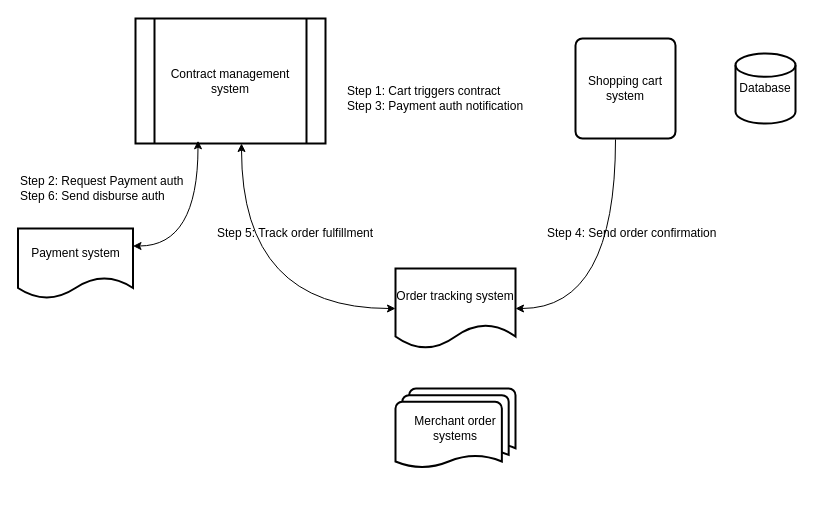
Before: Untitled Diagram.drawio in SivAlka/innovate, a draw.io diagram. Source tidied: cells renumbered, new cells numbered last; positions are measured from the earlier drawing's top-left corner, leaving out a move shared by most shapes. Both pictures are drawn from the tidied source at 100%, with x=0, y=0 at pixel (17, 18).
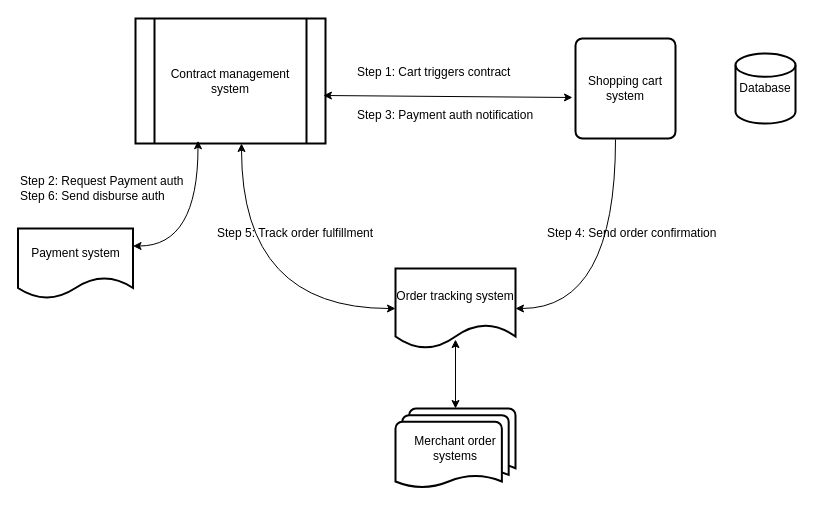
The same diagram, later.

The edit, as a diff of the source:
```diff
@@
 <mxGraphModel>
   <root>
     <mxCell id="0" />
     <mxCell id="1" parent="0" />
     <mxCell id="2" value="Contract management system" style="shape=process;whiteSpace=wrap;html=1;backgroundOutline=1;strokeWidth=2;" parent="1" vertex="1">
       <mxGeometry x="118" width="190" height="125" as="geometry" />
     </mxCell>
     <mxCell id="3" value="Payment system" style="shape=document;whiteSpace=wrap;html=1;boundedLbl=1;strokeWidth=2;" parent="1" vertex="1">
       <mxGeometry x="0.5" y="210" width="115" height="70" as="geometry" />
     </mxCell>
     <mxCell id="4" value="Database" style="strokeWidth=2;html=1;shape=mxgraph.flowchart.database;whiteSpace=wrap;" parent="1" vertex="1">
       <mxGeometry x="718" y="35" width="60" height="70" as="geometry" />
     </mxCell>
     <mxCell id="5" value="Shopping cart system" style="rounded=1;whiteSpace=wrap;html=1;absoluteArcSize=1;arcSize=14;strokeWidth=2;" parent="1" vertex="1">
       <mxGeometry x="558" y="20" width="100" height="100" as="geometry" />
     </mxCell>
-    <mxCell id="6" value="Step 1: Cart triggers contract&lt;br&gt;Step 3: Payment auth notification" style="text;html=1;align=left;verticalAlign=middle;strokeColor=none;fillColor=none;" parent="1" vertex="1">
-      <mxGeometry x="328" y="60" width="200" height="40" as="geometry" />
+    <mxCell id="6" value="Step 1: Cart triggers contract&lt;br&gt;&lt;br&gt;&lt;br&gt;Step 3: Payment auth notification" style="text;html=1;align=left;verticalAlign=middle;strokeColor=none;fillColor=none;" parent="1" vertex="1">
+      <mxGeometry x="338" y="40" width="200" height="70" as="geometry" />
     </mxCell>
     <mxCell id="7" value="Order tracking system" style="shape=document;whiteSpace=wrap;html=1;boundedLbl=1;strokeWidth=2;" parent="1" vertex="1">
       <mxGeometry x="378" y="250" width="120" height="80" as="geometry" />
     </mxCell>
     <mxCell id="8" value="Step 2: Request Payment auth&lt;br&gt;Step 6: Send disburse auth" style="text;html=1;align=left;verticalAlign=middle;strokeColor=none;fillColor=none;" parent="1" vertex="1">
       <mxGeometry x="0.5" y="150" width="190" height="40" as="geometry" />
     </mxCell>
     <mxCell id="9" style="endArrow=classic;startArrow=classic;html=1;rounded=0;entryX=0.329;entryY=0.978;entryDx=0;entryDy=0;edgeStyle=orthogonalEdgeStyle;elbow=vertical;entryPerimeter=0;curved=1;exitX=1;exitY=0.25;exitDx=0;exitDy=0;" parent="1" edge="1" source="3" target="2">
       <mxGeometry relative="1" as="geometry" />
     </mxCell>
     <mxCell id="10" value="Step 4: Send order confirmation" style="text;html=1;align=left;verticalAlign=middle;strokeColor=none;fillColor=none;rotation=0;" parent="1" vertex="1">
       <mxGeometry x="528" y="200" width="190" height="30" as="geometry" />
     </mxCell>
     <mxCell id="11" value="Step 5: Track order fulfillment" style="text;html=1;align=left;verticalAlign=middle;strokeColor=none;fillColor=none;" parent="1" vertex="1">
       <mxGeometry x="198" y="200" width="180" height="30" as="geometry" />
     </mxCell>
     <mxCell id="12" style="endArrow=classic;startArrow=classic;html=1;rounded=0;entryX=0.558;entryY=1;entryDx=0;entryDy=0;entryPerimeter=0;exitX=0;exitY=0.5;exitDx=0;exitDy=0;edgeStyle=orthogonalEdgeStyle;curved=1;" parent="1" edge="1" source="7" target="2">
       <mxGeometry relative="1" as="geometry" />
     </mxCell>
     <mxCell id="13" style="endArrow=classic;html=1;rounded=0;entryX=1;entryY=0.5;entryDx=0;entryDy=0;exitX=0.4;exitY=1.01;exitDx=0;exitDy=0;exitPerimeter=0;edgeStyle=orthogonalEdgeStyle;curved=1;" parent="1" edge="1" source="5" target="7">
       <mxGeometry relative="1" as="geometry" />
     </mxCell>
     <mxCell id="14" value="Merchant order systems" style="strokeWidth=2;html=1;shape=mxgraph.flowchart.multi-document;whiteSpace=wrap;" parent="1" vertex="1">
-      <mxGeometry x="378" y="370" width="120" height="80" as="geometry" />
+      <mxGeometry x="378" y="390" width="120" height="80" as="geometry" />
     </mxCell>
+    <mxCell id="15" style="endArrow=classic;startArrow=classic;html=1;rounded=0;exitX=0.989;exitY=0.616;exitDx=0;exitDy=0;exitPerimeter=0;entryX=-0.03;entryY=0.59;entryDx=0;entryDy=0;entryPerimeter=0;" parent="1" edge="1" source="2" target="5">
+      <mxGeometry relative="1" as="geometry" />
+    </mxCell>
+    <mxCell id="16" style="endArrow=classic;startArrow=classic;html=1;rounded=0;entryX=0.5;entryY=0.888;entryDx=0;entryDy=0;entryPerimeter=0;exitX=0.5;exitY=0;exitDx=0;exitDy=0;exitPerimeter=0;" parent="1" edge="1" source="14" target="7">
+      <mxGeometry relative="1" as="geometry" />
+    </mxCell>
   </root>
 </mxGraphModel>
```
